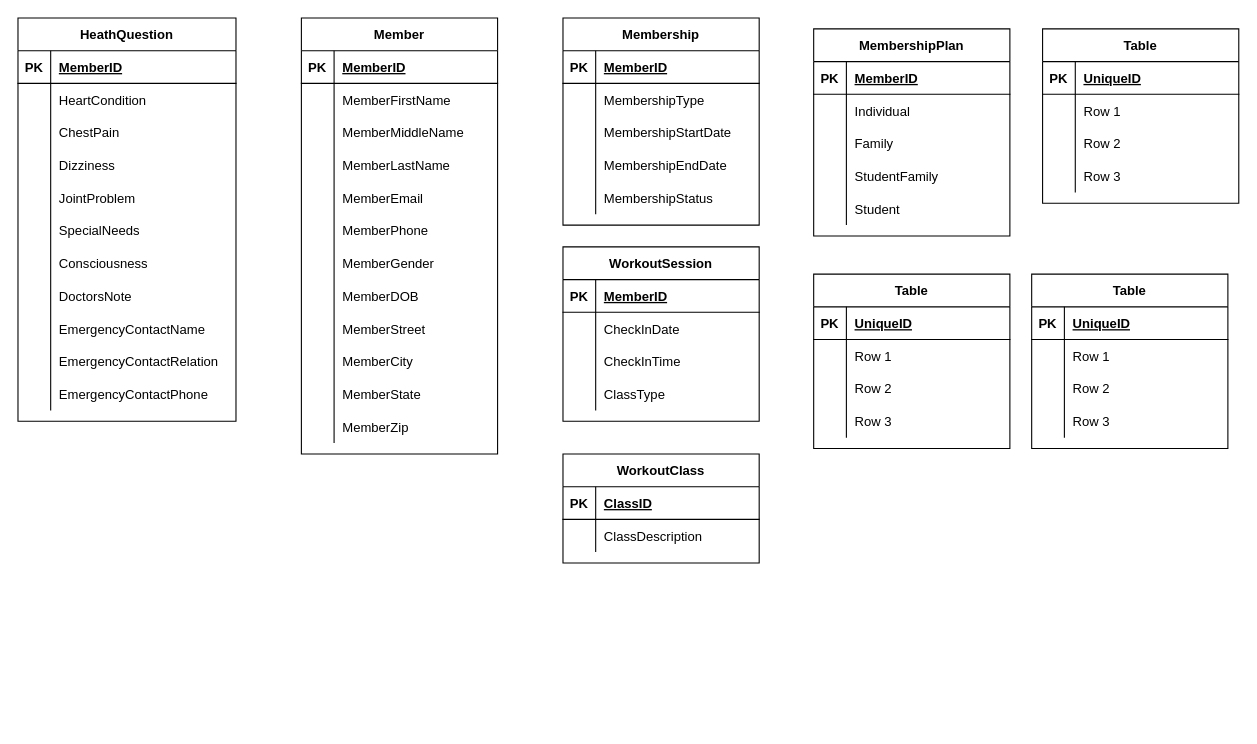
The draw.io diagram Untitled Diagram.drawio in aayushbhurtel/gym-management-system, before the edit. Source tidied: cells renumbered, new cells numbered last; positions are measured from the earlier drawing's top-left corner, leaving out a move shared by most shapes. Both pictures are drawn from the tidied source at 109%, with x=0, y=0 at pixel (17, 17).
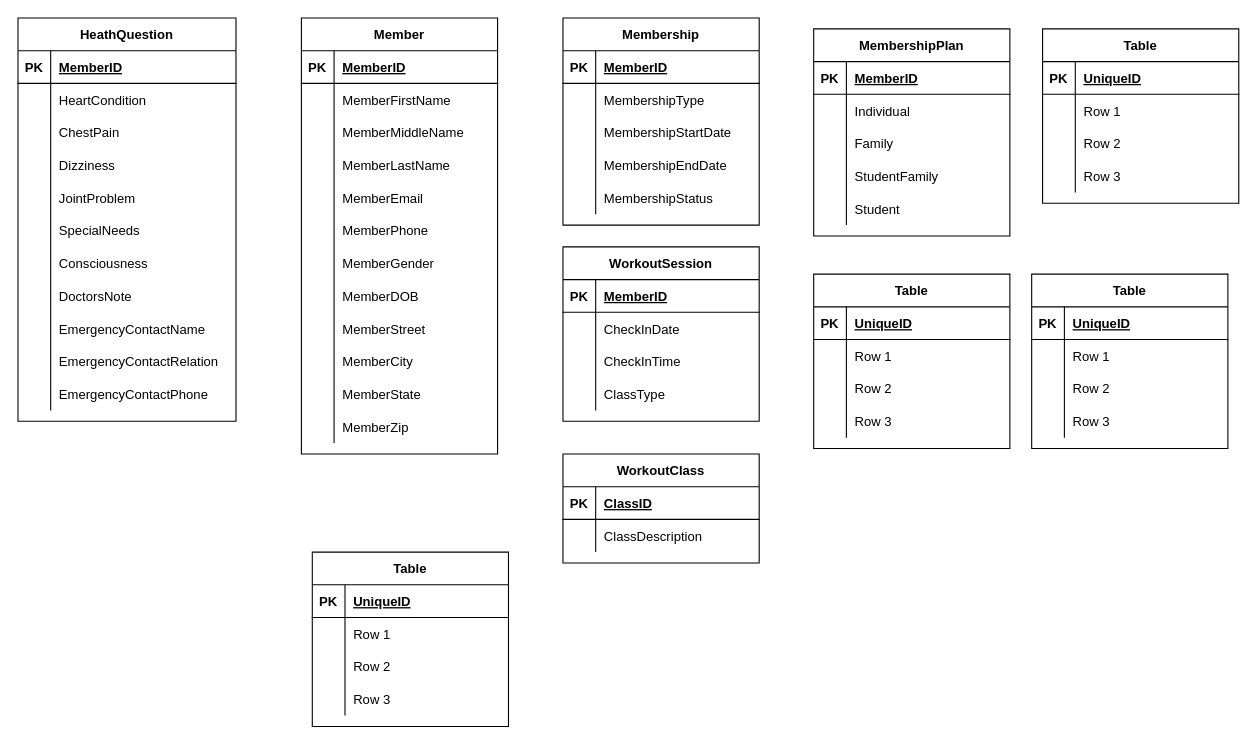
The same diagram, later.

The edit, as a diff of the source:
```diff
@@
+    <mxCell id="164" value="Table" style="shape=table;startSize=30;childLayout=tableLayout;rowLines=0;fontStyle=1;align=center;" parent="1" vertex="1">
+      <mxGeometry x="270" y="490" width="180" height="160" as="geometry" />
+    </mxCell>
+    <mxCell id="165" style="shape=tableRow;horizontal=0;startSize=0;swimlaneHead=0;swimlaneBody=0;fillColor=none;top=0;left=0;right=0;bottom=1;" parent="164" vertex="1">
+      <mxGeometry y="30" width="180" height="30" as="geometry" />
+    </mxCell>
+    <mxCell id="166" value="PK" style="shape=partialRectangle;fillColor=none;top=0;left=0;bottom=0;right=0;fontStyle=1;overflow=hidden;" parent="165" vertex="1">
+      <mxGeometry width="30" height="30" as="geometry" />
+    </mxCell>
+    <mxCell id="167" value="UniqueID" style="shape=partialRectangle;fillColor=none;top=0;left=0;bottom=0;right=0;align=left;spacingLeft=6;fontStyle=5;overflow=hidden;" parent="165" vertex="1">
+      <mxGeometry x="30" width="150" height="30" as="geometry" />
+    </mxCell>
+    <mxCell id="168" style="shape=tableRow;horizontal=0;startSize=0;swimlaneHead=0;swimlaneBody=0;fillColor=none;top=0;left=0;right=0;bottom=0;" parent="164" vertex="1">
+      <mxGeometry y="60" width="180" height="30" as="geometry" />
+    </mxCell>
+    <mxCell id="169" style="shape=partialRectangle;fillColor=none;top=0;left=0;bottom=0;right=0;overflow=hidden;" parent="168" vertex="1">
+      <mxGeometry width="30" height="30" as="geometry" />
+    </mxCell>
+    <mxCell id="170" value="Row 1" style="shape=partialRectangle;fillColor=none;top=0;left=0;bottom=0;right=0;align=left;spacingLeft=6;overflow=hidden;" parent="168" vertex="1">
+      <mxGeometry x="30" width="150" height="30" as="geometry" />
+    </mxCell>
+    <mxCell id="171" style="shape=tableRow;horizontal=0;startSize=0;swimlaneHead=0;swimlaneBody=0;fillColor=none;top=0;left=0;right=0;bottom=0;" parent="164" vertex="1">
+      <mxGeometry y="90" width="180" height="30" as="geometry" />
+    </mxCell>
+    <mxCell id="172" style="shape=partialRectangle;fillColor=none;top=0;left=0;bottom=0;right=0;overflow=hidden;" parent="171" vertex="1">
+      <mxGeometry width="30" height="30" as="geometry" />
+    </mxCell>
+    <mxCell id="173" value="Row 2" style="shape=partialRectangle;fillColor=none;top=0;left=0;bottom=0;right=0;align=left;spacingLeft=6;overflow=hidden;" parent="171" vertex="1">
+      <mxGeometry x="30" width="150" height="30" as="geometry" />
+    </mxCell>
+    <mxCell id="174" style="shape=tableRow;horizontal=0;startSize=0;swimlaneHead=0;swimlaneBody=0;fillColor=none;top=0;left=0;right=0;bottom=0;" parent="164" vertex="1">
+      <mxGeometry y="120" width="180" height="30" as="geometry" />
+    </mxCell>
+    <mxCell id="175" style="shape=partialRectangle;fillColor=none;top=0;left=0;bottom=0;right=0;overflow=hidden;" parent="174" vertex="1">
+      <mxGeometry width="30" height="30" as="geometry" />
+    </mxCell>
+    <mxCell id="176" value="Row 3" style="shape=partialRectangle;fillColor=none;top=0;left=0;bottom=0;right=0;align=left;spacingLeft=6;overflow=hidden;" parent="174" vertex="1">
+      <mxGeometry x="30" width="150" height="30" as="geometry" />
+    </mxCell>
```
